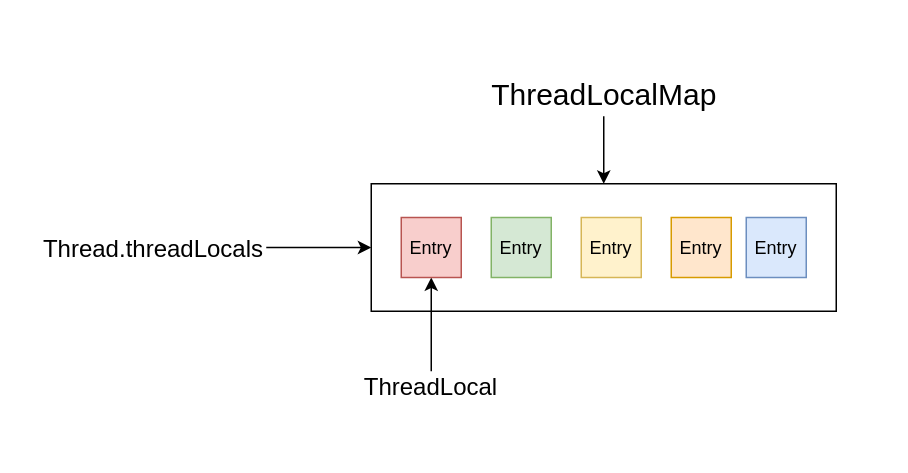
Above: threadlocal.drawio in xxm-sz/dio (draw.io), before the change. Source tidied: cells renumbered, new cells numbered last; positions are measured from the earlier drawing's top-left corner, leaving out a move shared by most shapes. Both pictures are drawn from the tidied source at 150%, with x=0, y=0 at pixel (40, 70).
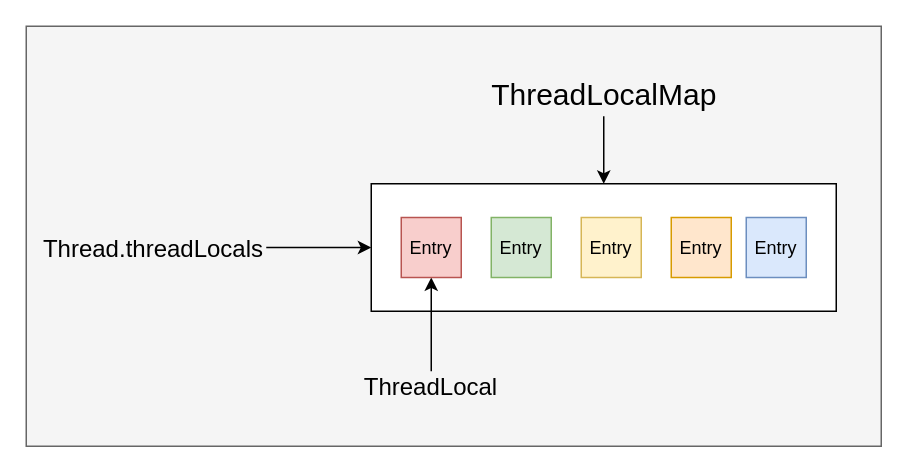
Above is the later version.

Change to the diagram source:
```diff
@@
 <mxGraphModel>
   <root>
     <mxCell id="0" />
     <mxCell id="1" parent="0" />
+    <mxCell id="15" style="rounded=0;whiteSpace=wrap;html=1;fillColor=#f5f5f5;fontSize=16;fontColor=#333333;strokeColor=#666666;" parent="1" vertex="1">
+      <mxGeometry x="-10" y="-30" width="570" height="280" as="geometry" />
+    </mxCell>
     <mxCell id="2" style="edgeStyle=orthogonalEdgeStyle;rounded=0;jettySize=auto;html=1;entryX=0;entryY=0.5;entryDx=0;entryDy=0;" parent="1" edge="1" source="3" target="4">
       <mxGeometry relative="1" as="geometry" />
     </mxCell>
     <mxCell id="3" value="&lt;font style=&quot;font-size: 16px&quot;&gt;Thread.threadLocals&lt;/font&gt;" style="text;html=1;strokeColor=none;fillColor=none;align=center;verticalAlign=middle;whiteSpace=wrap;rounded=0;" parent="1" vertex="1">
       <mxGeometry y="102.5" width="150" height="30" as="geometry" />
     </mxCell>
     <mxCell id="4" style="rounded=0;whiteSpace=wrap;html=1;" parent="1" vertex="1">
       <mxGeometry x="220" y="75" width="310" height="85" as="geometry" />
     </mxCell>
     <mxCell id="5" style="edgeStyle=orthogonalEdgeStyle;rounded=0;jettySize=auto;html=1;fontSize=20;" parent="1" edge="1" source="6" target="4">
       <mxGeometry relative="1" as="geometry" />
     </mxCell>
     <mxCell id="6" value="ThreadLocalMap" style="text;html=1;align=center;verticalAlign=middle;points=[];fontSize=20;" parent="1" vertex="1">
       <mxGeometry x="290" width="170" height="30" as="geometry" />
     </mxCell>
     <mxCell id="7" style="edgeStyle=orthogonalEdgeStyle;rounded=0;jettySize=auto;html=1;entryX=0.5;entryY=1;entryDx=0;entryDy=0;fontSize=16;fontColor=#000000;" parent="1" edge="1" source="8" target="10">
       <mxGeometry relative="1" as="geometry" />
     </mxCell>
     <mxCell id="8" value="ThreadLocal" style="text;html=1;strokeColor=none;fillColor=none;align=center;verticalAlign=middle;whiteSpace=wrap;rounded=0;fontSize=16;fontColor=#000000;" parent="1" vertex="1">
       <mxGeometry x="197" y="200" width="126" height="20" as="geometry" />
     </mxCell>
     <mxCell id="9" style="group;" parent="1" vertex="1">
       <mxGeometry x="240" y="97.5" width="270" height="40" as="geometry" />
     </mxCell>
     <mxCell id="10" value="Entry" style="rounded=0;whiteSpace=wrap;html=1;fillColor=#f8cecc;strokeColor=#b85450;" parent="9" vertex="1">
       <mxGeometry width="40" height="40" as="geometry" />
     </mxCell>
     <mxCell id="11" value="&lt;span&gt;Entry&lt;/span&gt;" style="rounded=0;whiteSpace=wrap;html=1;fillColor=#d5e8d4;strokeColor=#82b366;" parent="9" vertex="1">
       <mxGeometry x="60" width="40" height="40" as="geometry" />
     </mxCell>
     <mxCell id="12" value="&lt;span&gt;Entry&lt;/span&gt;" style="rounded=0;whiteSpace=wrap;html=1;fillColor=#fff2cc;strokeColor=#d6b656;" parent="9" vertex="1">
       <mxGeometry x="120" width="40" height="40" as="geometry" />
     </mxCell>
     <mxCell id="13" value="&lt;span&gt;Entry&lt;/span&gt;" style="rounded=0;whiteSpace=wrap;html=1;fillColor=#ffe6cc;strokeColor=#d79b00;" parent="9" vertex="1">
       <mxGeometry x="180" width="40" height="40" as="geometry" />
     </mxCell>
     <mxCell id="14" value="&lt;span&gt;Entry&lt;/span&gt;" style="rounded=0;whiteSpace=wrap;html=1;fillColor=#dae8fc;strokeColor=#6c8ebf;" parent="9" vertex="1">
       <mxGeometry x="230" width="40" height="40" as="geometry" />
     </mxCell>
   </root>
 </mxGraphModel>
```
